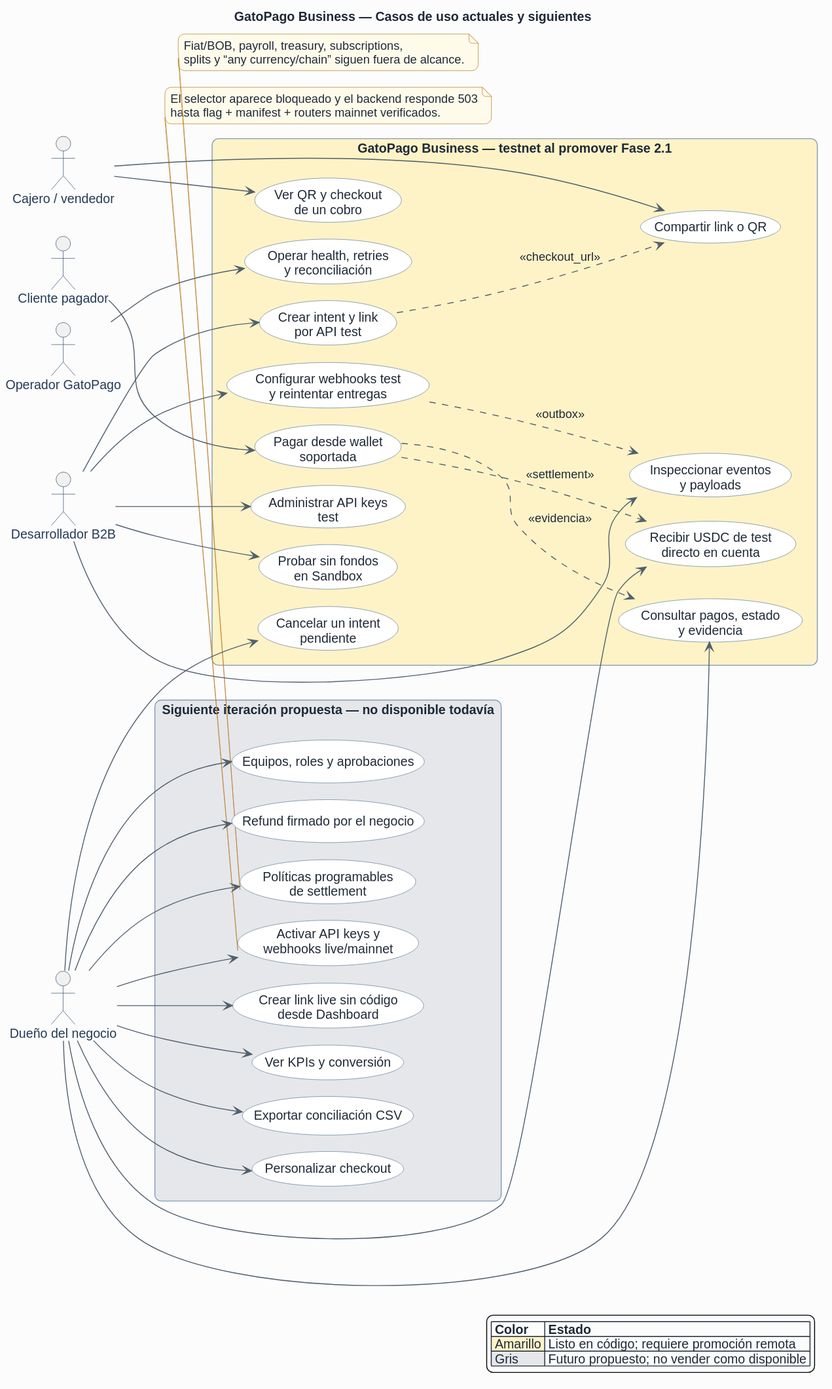
Before: docs/architecture/rendered/09-casos-de-uso-b2b.svg, a diagram exported from PlantUML (danelerr/parmelia-links). The source it was exported from:
```plantuml
@startuml
!include _theme.puml
title GatoPago Business — Casos de uso actuales y siguientes

left to right direction

actor "Dueño del negocio" as owner
actor "Cajero / vendedor" as cashier
actor "Desarrollador B2B" as developer
actor "Cliente pagador" as customer
actor "Operador GatoPago" as operator

rectangle "GatoPago Business — testnet al promover Fase 2.1" COLOR_READY {
  usecase "Recibir USDC de test\ndirecto en cuenta" as settle
  usecase "Crear intent y link\npor API test" as api_intent
  usecase "Compartir link o QR" as share
  usecase "Pagar desde wallet\nsoportada" as pay
  usecase "Consultar pagos, estado\ny evidencia" as inspect
  usecase "Ver QR y checkout\nde un cobro" as qr
  usecase "Administrar API keys\ntest" as keys
  usecase "Configurar webhooks test\ny reintentar entregas" as hooks
  usecase "Inspeccionar eventos\ny payloads" as events
  usecase "Probar sin fondos\nen Sandbox" as sandbox
  usecase "Cancelar un intent\npendiente" as cancel
  usecase "Operar health, retries\ny reconciliación" as operate
}

rectangle "Siguiente iteración propuesta — no disponible todavía" COLOR_FUTURE {
  usecase "Activar API keys y\nwebhooks live/mainnet" as live
  usecase "Crear link live sin código\ndesde Dashboard" as no_code
  usecase "Ver KPIs y conversión" as analytics
  usecase "Exportar conciliación CSV" as export
  usecase "Personalizar checkout" as branding
  usecase "Equipos, roles y aprobaciones" as roles
  usecase "Refund firmado por el negocio" as refund
  usecase "Políticas programables\nde settlement" as policies
}

owner --> settle
owner --> inspect
owner --> cancel
cashier --> share
cashier --> qr
customer --> pay
developer --> api_intent
developer --> keys
developer --> hooks
developer --> events
developer --> sandbox
operator --> operate

api_intent ..> share : <<checkout_url>>
pay ..> settle : <<settlement>>
pay ..> inspect : <<evidencia>>
hooks ..> events : <<outbox>>

owner --> live
owner --> no_code
owner --> analytics
owner --> export
owner --> branding
owner --> roles
owner --> refund
owner --> policies

note bottom of live
  El selector aparece bloqueado y el backend responde 503
  hasta flag + manifest + routers mainnet verificados.
end note

note bottom of policies
  Fiat/BOB, payroll, treasury, subscriptions,
  splits y “any currency/chain” siguen fuera de alcance.
end note

legend right
  |= Color |= Estado |
  |<#FEF3C7> Amarillo | Listo en código; requiere promoción remota |
  |<#E5E7EB> Gris | Futuro propuesto; no vender como disponible |
endlegend
@enduml
```
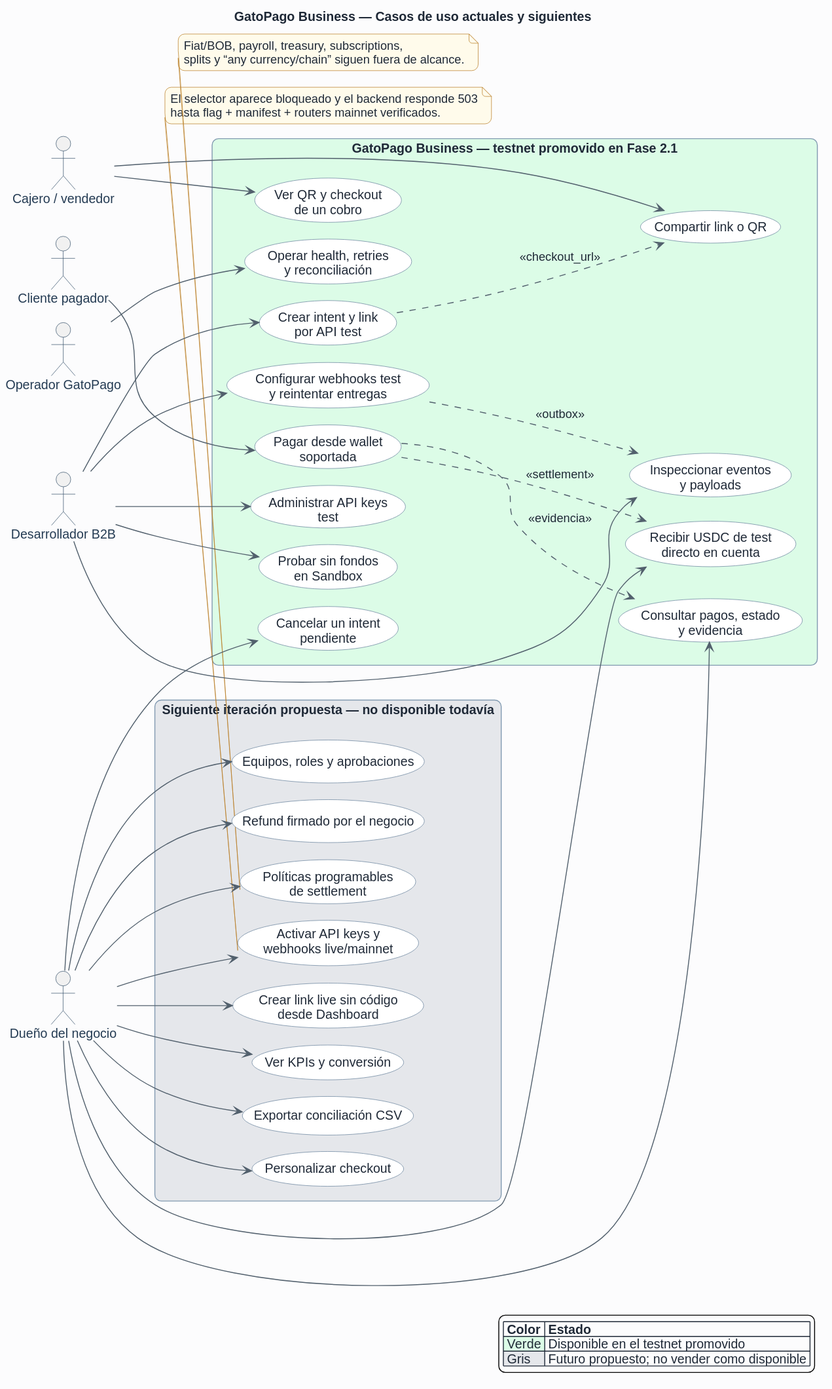
Above is the later version.

Diff of the diagram source:
```diff
@@ -10,7 +10,7 @@
 actor "Cliente pagador" as customer
 actor "Operador GatoPago" as operator
 
-rectangle "GatoPago Business — testnet al promover Fase 2.1" COLOR_READY {
+rectangle "GatoPago Business — testnet promovido en Fase 2.1" COLOR_LIVE {
   usecase "Recibir USDC de test\ndirecto en cuenta" as settle
   usecase "Crear intent y link\npor API test" as api_intent
   usecase "Compartir link o QR" as share
@@ -75,7 +75,7 @@
 
 legend right
   |= Color |= Estado |
-  |<#FEF3C7> Amarillo | Listo en código; requiere promoción remota |
+  |<#DCFCE7> Verde | Disponible en el testnet promovido |
   |<#E5E7EB> Gris | Futuro propuesto; no vender como disponible |
 endlegend
 @enduml
```
